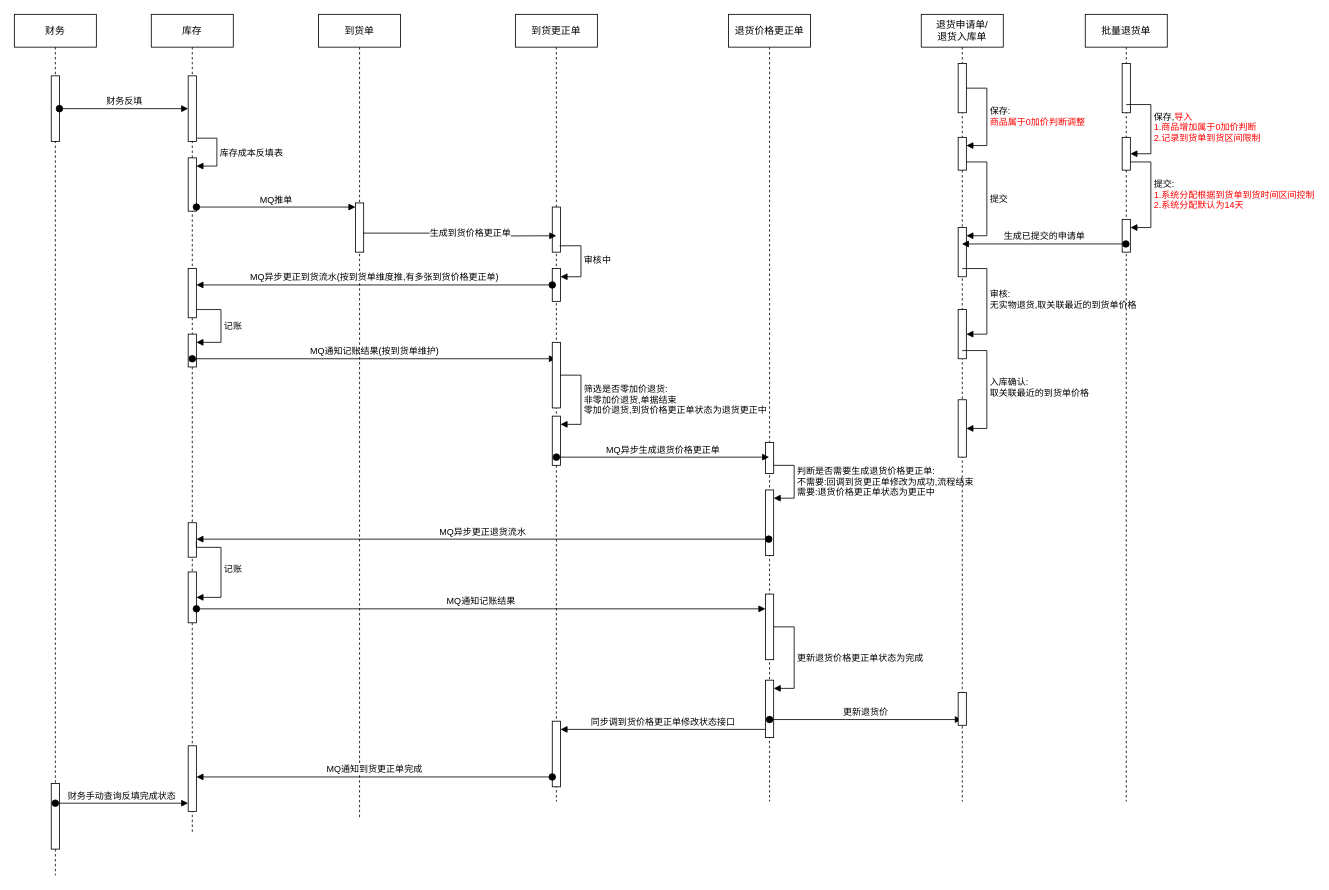
The draw.io diagram B模式领用.drawio in fengj1202/draw, before the edit. Source tidied: cells renumbered, new cells numbered last; positions are measured from the earlier drawing's top-left corner, leaving out a move shared by most shapes. Both pictures are drawn from the tidied source at 82%, with x=0, y=0 at pixel (14, 14).
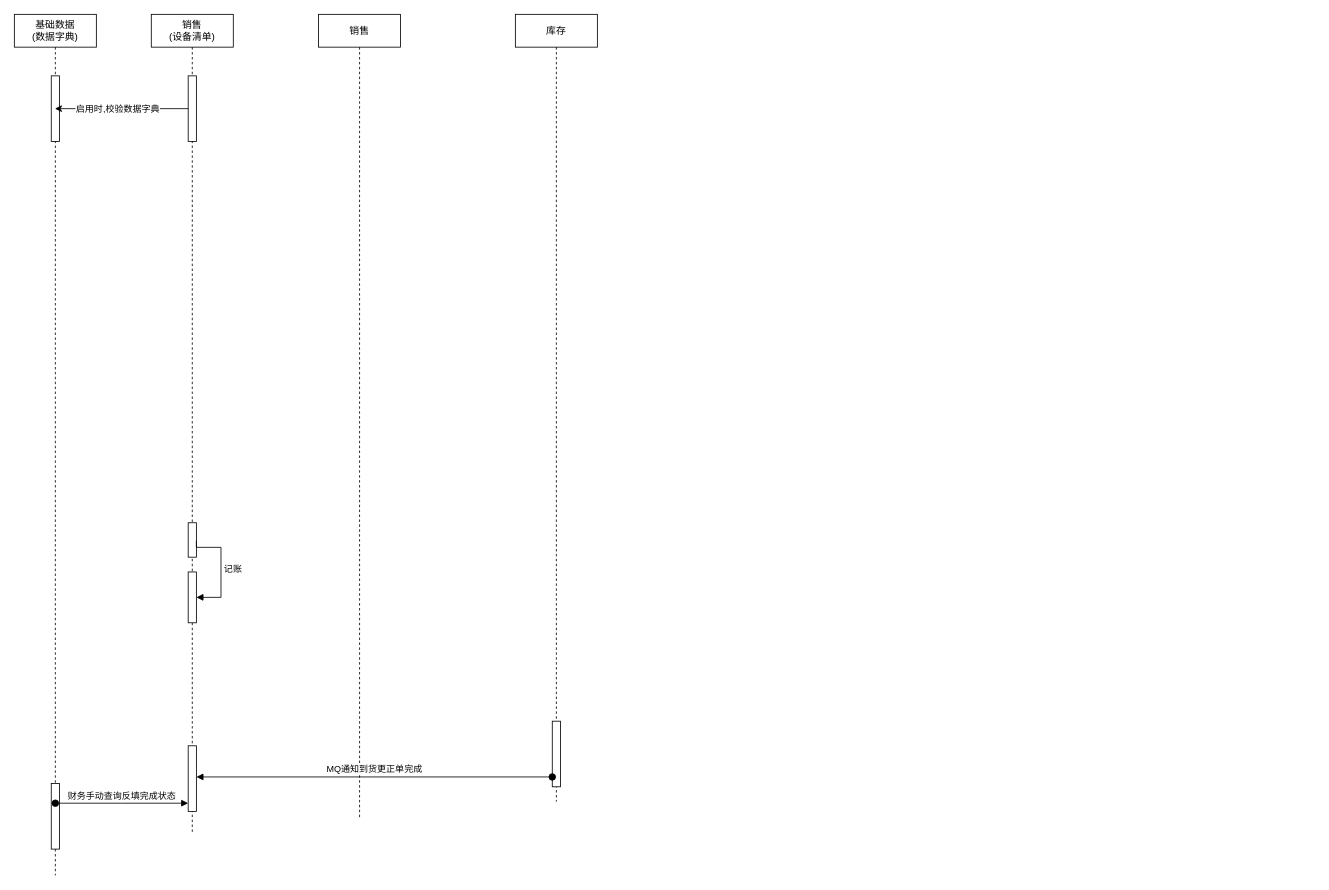
After the change.

Commit message:
更新B模式领用.drawio

Unchanged cells that the change refers to:
```xml
<mxCell id="3" style="html=1;points=[];perimeter=orthogonalPerimeter;outlineConnect=0;targetShapes=umlLifeline;portConstraint=eastwest;newEdgeStyle={&quot;edgeStyle&quot;:&quot;elbowEdgeStyle&quot;,&quot;elbow&quot;:&quot;vertical&quot;,&quot;curved&quot;:0,&quot;rounded&quot;:0};" parent="2" vertex="1">
  <mxGeometry x="45" y="75" width="10" height="80" as="geometry" />
</mxCell>
<mxCell id="7" style="html=1;points=[];perimeter=orthogonalPerimeter;outlineConnect=0;targetShapes=umlLifeline;portConstraint=eastwest;newEdgeStyle={&quot;edgeStyle&quot;:&quot;elbowEdgeStyle&quot;,&quot;elbow&quot;:&quot;vertical&quot;,&quot;curved&quot;:0,&quot;rounded&quot;:0};" parent="6" vertex="1">
  <mxGeometry x="45" y="75" width="10" height="80" as="geometry" />
</mxCell>
<mxCell id="15" style="html=1;points=[];perimeter=orthogonalPerimeter;outlineConnect=0;targetShapes=umlLifeline;portConstraint=eastwest;newEdgeStyle={&quot;edgeStyle&quot;:&quot;elbowEdgeStyle&quot;,&quot;elbow&quot;:&quot;vertical&quot;,&quot;curved&quot;:0,&quot;rounded&quot;:0};" parent="6" vertex="1">
  <mxGeometry x="45" y="620" width="10" height="42" as="geometry" />
</mxCell>
<mxCell id="20" style="html=1;points=[];perimeter=orthogonalPerimeter;outlineConnect=0;targetShapes=umlLifeline;portConstraint=eastwest;newEdgeStyle={&quot;edgeStyle&quot;:&quot;elbowEdgeStyle&quot;,&quot;elbow&quot;:&quot;vertical&quot;,&quot;curved&quot;:0,&quot;rounded&quot;:0};" parent="18" vertex="1">
  <mxGeometry x="45" y="862" width="10" height="80" as="geometry" />
</mxCell>
<mxCell id="39" style="html=1;points=[];perimeter=orthogonalPerimeter;outlineConnect=0;targetShapes=umlLifeline;portConstraint=eastwest;newEdgeStyle={&quot;edgeStyle&quot;:&quot;elbowEdgeStyle&quot;,&quot;elbow&quot;:&quot;vertical&quot;,&quot;curved&quot;:0,&quot;rounded&quot;:0};" parent="1" vertex="1">
  <mxGeometry x="212" y="680" width="10" height="62" as="geometry" />
</mxCell>
```

Diff of the diagram source:
```diff
@@
-    <mxCell id="2" value="财务" style="shape=umlLifeline;perimeter=lifelinePerimeter;whiteSpace=wrap;html=1;outlineConnect=0;" parent="1" vertex="1">
+    <mxCell id="2" value="基础数据&lt;br&gt;(数据字典)" style="shape=umlLifeline;perimeter=lifelinePerimeter;whiteSpace=wrap;html=1;outlineConnect=0;" parent="1" vertex="1">
       <mxGeometry width="100" height="1050" as="geometry" />
     </mxCell>
@@
-    <mxCell id="6" value="库存" style="shape=umlLifeline;perimeter=lifelinePerimeter;whiteSpace=wrap;html=1;" parent="1" vertex="1">
+    <mxCell id="6" value="销售&lt;br&gt;(设备清单)" style="shape=umlLifeline;perimeter=lifelinePerimeter;whiteSpace=wrap;html=1;" parent="1" vertex="1">
       <mxGeometry x="167" width="100" height="1000" as="geometry" />
     </mxCell>
@@
-    <mxCell id="8" style="html=1;points=[];perimeter=orthogonalPerimeter;outlineConnect=0;targetShapes=umlLifeline;portConstraint=eastwest;newEdgeStyle={&quot;edgeStyle&quot;:&quot;elbowEdgeStyle&quot;,&quot;elbow&quot;:&quot;vertical&quot;,&quot;curved&quot;:0,&quot;rounded&quot;:0};" parent="6" vertex="1">
-      <mxGeometry x="45" y="175" width="10" height="65" as="geometry" />
-    </mxCell>
-    <mxCell id="9" value="库存成本反填表" style="html=1;align=left;spacingLeft=2;endArrow=block;rounded=0;edgeStyle=orthogonalEdgeStyle;curved=0;rounded=0;exitX=1.1;exitY=0.95;exitDx=0;exitDy=0;exitPerimeter=0;" parent="6" edge="1" source="7" target="8">
-      <mxGeometry x="0.01" relative="1" as="geometry">
-        <Array as="points">
-          <mxPoint x="80" y="151" />
-          <mxPoint x="80" y="185" />
-        </Array>
-      </mxGeometry>
-    </mxCell>
@@
-    <mxCell id="11" style="html=1;points=[];perimeter=orthogonalPerimeter;outlineConnect=0;targetShapes=umlLifeline;portConstraint=eastwest;newEdgeStyle={&quot;edgeStyle&quot;:&quot;elbowEdgeStyle&quot;,&quot;elbow&quot;:&quot;vertical&quot;,&quot;curved&quot;:0,&quot;rounded&quot;:0};" parent="6" vertex="1">
-      <mxGeometry x="45" y="310" width="10" height="60" as="geometry" />
-    </mxCell>
-    <mxCell id="12" style="html=1;points=[];perimeter=orthogonalPerimeter;outlineConnect=0;targetShapes=umlLifeline;portConstraint=eastwest;newEdgeStyle={&quot;edgeStyle&quot;:&quot;elbowEdgeStyle&quot;,&quot;elbow&quot;:&quot;vertical&quot;,&quot;curved&quot;:0,&quot;rounded&quot;:0};" parent="6" vertex="1">
-      <mxGeometry x="45" y="390" width="10" height="40" as="geometry" />
-    </mxCell>
-    <mxCell id="13" value="记账" style="html=1;align=left;spacingLeft=2;endArrow=block;rounded=0;edgeStyle=orthogonalEdgeStyle;curved=0;rounded=0;" parent="6" edge="1" source="11" target="12">
-      <mxGeometry relative="1" as="geometry">
-        <Array as="points">
-          <mxPoint x="85" y="360" />
-          <mxPoint x="85" y="400" />
-        </Array>
-      </mxGeometry>
-    </mxCell>
-    <mxCell id="14" value="MQ通知记账结果(按到货单维护)" style="html=1;verticalAlign=bottom;startArrow=oval;startFill=1;endArrow=block;startSize=8;edgeStyle=elbowEdgeStyle;elbow=vertical;curved=0;rounded=0;" parent="6" edge="1" target="18">
-      <mxGeometry relative="1" as="geometry">
-        <mxPoint x="50" y="420" as="sourcePoint" />
-      </mxGeometry>
-    </mxCell>
@@
-    <mxCell id="16" value="到货单" style="shape=umlLifeline;perimeter=lifelinePerimeter;whiteSpace=wrap;html=1;" parent="1" vertex="1">
+    <mxCell id="16" value="销售" style="shape=umlLifeline;perimeter=lifelinePerimeter;whiteSpace=wrap;html=1;" parent="1" vertex="1">
       <mxGeometry x="371" width="100" height="980" as="geometry" />
     </mxCell>
-    <mxCell id="17" style="html=1;points=[];perimeter=orthogonalPerimeter;outlineConnect=0;targetShapes=umlLifeline;portConstraint=eastwest;newEdgeStyle={&quot;edgeStyle&quot;:&quot;elbowEdgeStyle&quot;,&quot;elbow&quot;:&quot;vertical&quot;,&quot;curved&quot;:0,&quot;rounded&quot;:0};" parent="16" vertex="1">
-      <mxGeometry x="45" y="230" width="10" height="60" as="geometry" />
-    </mxCell>
-    <mxCell id="18" value="到货更正单" style="shape=umlLifeline;perimeter=lifelinePerimeter;whiteSpace=wrap;html=1;outlineConnect=0;" parent="1" vertex="1">
+    <mxCell id="18" value="库存" style="shape=umlLifeline;perimeter=lifelinePerimeter;whiteSpace=wrap;html=1;outlineConnect=0;" parent="1" vertex="1">
       <mxGeometry x="611" width="100" height="960" as="geometry" />
     </mxCell>
-    <mxCell id="19" style="html=1;perimeter=orthogonalPerimeter;targetShapes=umlLifeline;newEdgeStyle={&quot;edgeStyle&quot;:&quot;elbowEdgeStyle&quot;,&quot;elbow&quot;:&quot;vertical&quot;,&quot;curved&quot;:0,&quot;rounded&quot;:0};" parent="18" vertex="1">
-      <mxGeometry x="45" y="235" width="10" height="55" as="geometry" />
-    </mxCell>
@@
-    <mxCell id="21" style="html=1;points=[];perimeter=orthogonalPerimeter;outlineConnect=0;targetShapes=umlLifeline;portConstraint=eastwest;newEdgeStyle={&quot;edgeStyle&quot;:&quot;elbowEdgeStyle&quot;,&quot;elbow&quot;:&quot;vertical&quot;,&quot;curved&quot;:0,&quot;rounded&quot;:0};" parent="18" vertex="1">
-      <mxGeometry x="45" y="310" width="10" height="40" as="geometry" />
-    </mxCell>
-    <mxCell id="22" value="审核中" style="html=1;align=left;spacingLeft=2;endArrow=block;rounded=0;edgeStyle=orthogonalEdgeStyle;curved=0;rounded=0;exitX=0.54;exitY=0.294;exitDx=0;exitDy=0;exitPerimeter=0;" parent="18" edge="1" source="18" target="21">
-      <mxGeometry relative="1" as="geometry">
-        <Array as="points">
-          <mxPoint x="80" y="282" />
-          <mxPoint x="80" y="320" />
-        </Array>
-      </mxGeometry>
-    </mxCell>
-    <mxCell id="23" style="html=1;points=[];perimeter=orthogonalPerimeter;outlineConnect=0;targetShapes=umlLifeline;portConstraint=eastwest;newEdgeStyle={&quot;edgeStyle&quot;:&quot;elbowEdgeStyle&quot;,&quot;elbow&quot;:&quot;vertical&quot;,&quot;curved&quot;:0,&quot;rounded&quot;:0};" parent="18" vertex="1">
-      <mxGeometry x="45" y="400" width="10" height="80" as="geometry" />
-    </mxCell>
-    <mxCell id="24" style="html=1;points=[];perimeter=orthogonalPerimeter;outlineConnect=0;targetShapes=umlLifeline;portConstraint=eastwest;newEdgeStyle={&quot;edgeStyle&quot;:&quot;elbowEdgeStyle&quot;,&quot;elbow&quot;:&quot;vertical&quot;,&quot;curved&quot;:0,&quot;rounded&quot;:0};" parent="18" vertex="1">
-      <mxGeometry x="45" y="490" width="10" height="60" as="geometry" />
-    </mxCell>
-    <mxCell id="25" value="筛选是否零加价退货:&lt;br&gt;非零加价退货,单据结束&lt;br&gt;零加价退货,到货价格更正单状态为退货更正中" style="html=1;align=left;spacingLeft=2;endArrow=block;rounded=0;edgeStyle=orthogonalEdgeStyle;curved=0;rounded=0;" parent="18" edge="1" source="23" target="24">
-      <mxGeometry relative="1" as="geometry">
-        <Array as="points">
-          <mxPoint x="80" y="440" />
-          <mxPoint x="80" y="500" />
-        </Array>
-      </mxGeometry>
-    </mxCell>
-    <mxCell id="26" value="退货价格更正单" style="shape=umlLifeline;perimeter=lifelinePerimeter;whiteSpace=wrap;html=1;" parent="1" vertex="1">
-      <mxGeometry x="871" width="100" height="960" as="geometry" />
-    </mxCell>
-    <mxCell id="27" style="html=1;points=[];perimeter=orthogonalPerimeter;outlineConnect=0;targetShapes=umlLifeline;portConstraint=eastwest;newEdgeStyle={&quot;edgeStyle&quot;:&quot;elbowEdgeStyle&quot;,&quot;elbow&quot;:&quot;vertical&quot;,&quot;curved&quot;:0,&quot;rounded&quot;:0};" parent="26" vertex="1">
-      <mxGeometry x="45" y="522" width="10" height="38" as="geometry" />
-    </mxCell>
-    <mxCell id="28" style="html=1;points=[];perimeter=orthogonalPerimeter;outlineConnect=0;targetShapes=umlLifeline;portConstraint=eastwest;newEdgeStyle={&quot;edgeStyle&quot;:&quot;elbowEdgeStyle&quot;,&quot;elbow&quot;:&quot;vertical&quot;,&quot;curved&quot;:0,&quot;rounded&quot;:0};" parent="26" vertex="1">
-      <mxGeometry x="45" y="707" width="10" height="80" as="geometry" />
-    </mxCell>
-    <mxCell id="29" style="html=1;points=[];perimeter=orthogonalPerimeter;outlineConnect=0;targetShapes=umlLifeline;portConstraint=eastwest;newEdgeStyle={&quot;edgeStyle&quot;:&quot;elbowEdgeStyle&quot;,&quot;elbow&quot;:&quot;vertical&quot;,&quot;curved&quot;:0,&quot;rounded&quot;:0};" parent="26" vertex="1">
-      <mxGeometry x="45" y="812" width="10" height="70" as="geometry" />
-    </mxCell>
-    <mxCell id="30" value="更新退货价格更正单状态为完成" style="html=1;align=left;spacingLeft=2;endArrow=block;rounded=0;edgeStyle=orthogonalEdgeStyle;curved=0;rounded=0;" parent="26" edge="1" source="28" target="29">
-      <mxGeometry relative="1" as="geometry">
-        <Array as="points">
-          <mxPoint x="80" y="747" />
-          <mxPoint x="80" y="822" />
-        </Array>
-      </mxGeometry>
-    </mxCell>
-    <mxCell id="31" style="html=1;points=[];perimeter=orthogonalPerimeter;outlineConnect=0;targetShapes=umlLifeline;portConstraint=eastwest;newEdgeStyle={&quot;edgeStyle&quot;:&quot;elbowEdgeStyle&quot;,&quot;elbow&quot;:&quot;vertical&quot;,&quot;curved&quot;:0,&quot;rounded&quot;:0};" parent="26" vertex="1">
-      <mxGeometry x="45" y="580" width="10" height="80" as="geometry" />
-    </mxCell>
-    <mxCell id="32" value="判断是否需要生成退货价格更正单:&lt;br&gt;不需要:回调到货更正单修改为成功,流程结束&lt;br&gt;需要:退货价格更正单状态为更正中" style="html=1;align=left;spacingLeft=2;endArrow=block;rounded=0;edgeStyle=orthogonalEdgeStyle;curved=0;rounded=0;" parent="26" edge="1" source="27" target="31">
-      <mxGeometry relative="1" as="geometry">
-        <Array as="points">
-          <mxPoint x="80" y="550" />
-          <mxPoint x="80" y="590" />
-        </Array>
-      </mxGeometry>
-    </mxCell>
-    <mxCell id="33" value="更新退货价" style="html=1;verticalAlign=bottom;startArrow=oval;startFill=1;endArrow=block;startSize=8;edgeStyle=elbowEdgeStyle;elbow=vertical;curved=0;rounded=0;" parent="26" edge="1" target="45">
-      <mxGeometry relative="1" as="geometry">
-        <mxPoint x="50" y="860" as="sourcePoint" />
-      </mxGeometry>
-    </mxCell>
-    <mxCell id="34" value="财务反填" style="html=1;verticalAlign=bottom;startArrow=oval;endArrow=block;startSize=8;edgeStyle=elbowEdgeStyle;elbow=vertical;curved=0;rounded=0;" parent="1" edge="1" source="3" target="7">
-      <mxGeometry relative="1" as="geometry" />
-    </mxCell>
-    <mxCell id="35" value="MQ推单" style="html=1;verticalAlign=bottom;startArrow=oval;endArrow=block;startSize=8;edgeStyle=elbowEdgeStyle;elbow=vertical;curved=0;rounded=0;" parent="1" edge="1" source="8" target="17">
-      <mxGeometry relative="1" as="geometry" />
-    </mxCell>
-    <mxCell id="36" value="生成到货价格更正单" style="html=1;align=left;spacingLeft=2;endArrow=block;rounded=0;edgeStyle=orthogonalEdgeStyle;curved=0;rounded=0;exitX=0.9;exitY=0.613;exitDx=0;exitDy=0;exitPerimeter=0;" parent="1" edge="1" source="17">
-      <mxGeometry x="-0.35" relative="1" as="geometry">
-        <mxPoint x="661" y="270" as="targetPoint" />
-      </mxGeometry>
-    </mxCell>
-    <mxCell id="37" value="MQ异步生成退货价格更正单" style="html=1;verticalAlign=bottom;startArrow=oval;endArrow=block;startSize=8;edgeStyle=elbowEdgeStyle;elbow=vertical;curved=0;rounded=0;" parent="1" edge="1">
-      <mxGeometry relative="1" as="geometry">
-        <mxPoint x="661" y="540" as="sourcePoint" />
-        <mxPoint x="920.5" y="539.2" as="targetPoint" />
-      </mxGeometry>
-    </mxCell>
-    <mxCell id="38" value="MQ异步更正退货流水" style="html=1;verticalAlign=bottom;startArrow=oval;startFill=1;endArrow=block;startSize=8;edgeStyle=elbowEdgeStyle;elbow=vertical;curved=0;rounded=0;" parent="1" edge="1" target="15">
-      <mxGeometry relative="1" as="geometry">
-        <mxPoint x="920" y="640" as="sourcePoint" />
-        <Array as="points">
-          <mxPoint x="920" y="640" />
-        </Array>
-      </mxGeometry>
-    </mxCell>
@@
-    <mxCell id="41" value="MQ通知记账结果" style="html=1;verticalAlign=bottom;startArrow=oval;endArrow=block;startSize=8;edgeStyle=elbowEdgeStyle;elbow=vertical;curved=0;rounded=0;" parent="1" edge="1" source="39" target="28">
-      <mxGeometry relative="1" as="geometry" />
-    </mxCell>
-    <mxCell id="42" value="同步调到货价格更正单修改状态接口" style="html=1;verticalAlign=bottom;endArrow=block;edgeStyle=elbowEdgeStyle;elbow=vertical;curved=0;rounded=0;" parent="1" edge="1" source="29" target="20">
-      <mxGeometry relative="1" as="geometry" />
-    </mxCell>
@@
-    <mxCell id="44" value="MQ异步更正到货流水(按到货单维度推,有多张到货价格更正单)" style="html=1;verticalAlign=bottom;startArrow=oval;startFill=1;endArrow=block;startSize=8;edgeStyle=elbowEdgeStyle;elbow=vertical;curved=0;rounded=0;" parent="1" edge="1" source="21" target="11">
-      <mxGeometry relative="1" as="geometry" />
-    </mxCell>
-    <mxCell id="45" value="退货申请单/&lt;br&gt;退货入库单" style="shape=umlLifeline;perimeter=lifelinePerimeter;whiteSpace=wrap;html=1;outlineConnect=0;" parent="1" vertex="1">
-      <mxGeometry x="1106" width="100" height="960" as="geometry" />
-    </mxCell>
-    <mxCell id="46" style="html=1;perimeter=orthogonalPerimeter;targetShapes=umlLifeline;newEdgeStyle={&quot;edgeStyle&quot;:&quot;elbowEdgeStyle&quot;,&quot;elbow&quot;:&quot;vertical&quot;,&quot;curved&quot;:0,&quot;rounded&quot;:0};" parent="45" vertex="1">
-      <mxGeometry x="45" y="827" width="10" height="40" as="geometry" />
-    </mxCell>
-    <mxCell id="47" style="html=1;points=[];perimeter=orthogonalPerimeter;outlineConnect=0;targetShapes=umlLifeline;portConstraint=eastwest;newEdgeStyle={&quot;edgeStyle&quot;:&quot;elbowEdgeStyle&quot;,&quot;elbow&quot;:&quot;vertical&quot;,&quot;curved&quot;:0,&quot;rounded&quot;:0};" parent="45" vertex="1">
-      <mxGeometry x="45" y="60" width="10" height="60" as="geometry" />
-    </mxCell>
-    <mxCell id="48" style="html=1;points=[];perimeter=orthogonalPerimeter;outlineConnect=0;targetShapes=umlLifeline;portConstraint=eastwest;newEdgeStyle={&quot;edgeStyle&quot;:&quot;elbowEdgeStyle&quot;,&quot;elbow&quot;:&quot;vertical&quot;,&quot;curved&quot;:0,&quot;rounded&quot;:0};" parent="45" vertex="1">
-      <mxGeometry x="45" y="150" width="10" height="40" as="geometry" />
-    </mxCell>
-    <mxCell id="49" value="保存:&lt;br&gt;&lt;font color=&quot;#ff0000&quot;&gt;商品属于0加价判断调整&lt;/font&gt;" style="html=1;align=left;spacingLeft=2;endArrow=block;rounded=0;edgeStyle=orthogonalEdgeStyle;curved=0;rounded=0;" parent="45" edge="1" source="47" target="48">
-      <mxGeometry relative="1" as="geometry">
-        <Array as="points">
-          <mxPoint x="80" y="90" />
-          <mxPoint x="80" y="160" />
-        </Array>
-      </mxGeometry>
-    </mxCell>
-    <mxCell id="50" style="html=1;points=[];perimeter=orthogonalPerimeter;outlineConnect=0;targetShapes=umlLifeline;portConstraint=eastwest;newEdgeStyle={&quot;edgeStyle&quot;:&quot;elbowEdgeStyle&quot;,&quot;elbow&quot;:&quot;vertical&quot;,&quot;curved&quot;:0,&quot;rounded&quot;:0};" parent="45" vertex="1">
-      <mxGeometry x="45" y="260" width="10" height="60" as="geometry" />
-    </mxCell>
-    <mxCell id="51" value="提交" style="html=1;align=left;spacingLeft=2;endArrow=block;rounded=0;edgeStyle=orthogonalEdgeStyle;curved=0;rounded=0;" parent="45" edge="1" source="48" target="50">
-      <mxGeometry relative="1" as="geometry">
-        <Array as="points">
-          <mxPoint x="80" y="180" />
-          <mxPoint x="80" y="270" />
-        </Array>
-      </mxGeometry>
-    </mxCell>
-    <mxCell id="52" style="html=1;points=[];perimeter=orthogonalPerimeter;outlineConnect=0;targetShapes=umlLifeline;portConstraint=eastwest;newEdgeStyle={&quot;edgeStyle&quot;:&quot;elbowEdgeStyle&quot;,&quot;elbow&quot;:&quot;vertical&quot;,&quot;curved&quot;:0,&quot;rounded&quot;:0};" parent="45" vertex="1">
-      <mxGeometry x="45" y="360" width="10" height="60" as="geometry" />
-    </mxCell>
-    <mxCell id="53" value="审核:&lt;br&gt;无实物退货,取关联最近的到货单价格" style="html=1;align=left;spacingLeft=2;endArrow=block;rounded=0;edgeStyle=orthogonalEdgeStyle;curved=0;rounded=0;" parent="45" edge="1" target="52">
-      <mxGeometry relative="1" as="geometry">
-        <mxPoint x="50" y="310" as="sourcePoint" />
-        <Array as="points">
-          <mxPoint x="80" y="310" />
-          <mxPoint x="80" y="390" />
-        </Array>
-      </mxGeometry>
-    </mxCell>
-    <mxCell id="54" style="html=1;points=[];perimeter=orthogonalPerimeter;outlineConnect=0;targetShapes=umlLifeline;portConstraint=eastwest;newEdgeStyle={&quot;edgeStyle&quot;:&quot;elbowEdgeStyle&quot;,&quot;elbow&quot;:&quot;vertical&quot;,&quot;curved&quot;:0,&quot;rounded&quot;:0};" parent="45" vertex="1">
-      <mxGeometry x="45" y="470" width="10" height="70" as="geometry" />
-    </mxCell>
-    <mxCell id="55" value="入库确认:&lt;br&gt;取关联最近的到货单价格" style="html=1;align=left;spacingLeft=2;endArrow=block;rounded=0;edgeStyle=orthogonalEdgeStyle;curved=0;rounded=0;" parent="45" edge="1" target="54">
-      <mxGeometry relative="1" as="geometry">
-        <mxPoint x="50" y="410" as="sourcePoint" />
-        <Array as="points">
-          <mxPoint x="50" y="410" />
-          <mxPoint x="80" y="410" />
-          <mxPoint x="80" y="505" />
-        </Array>
-      </mxGeometry>
-    </mxCell>
-    <mxCell id="56" value="批量退货单" style="shape=umlLifeline;perimeter=lifelinePerimeter;whiteSpace=wrap;html=1;outlineConnect=0;" parent="1" vertex="1">
-      <mxGeometry x="1306" width="100" height="960" as="geometry" />
-    </mxCell>
-    <mxCell id="57" style="html=1;perimeter=orthogonalPerimeter;targetShapes=umlLifeline;newEdgeStyle={&quot;edgeStyle&quot;:&quot;elbowEdgeStyle&quot;,&quot;elbow&quot;:&quot;vertical&quot;,&quot;curved&quot;:0,&quot;rounded&quot;:0};" parent="56" vertex="1">
-      <mxGeometry x="45" y="60" width="10" height="60" as="geometry" />
-    </mxCell>
-    <mxCell id="58" style="html=1;points=[];perimeter=orthogonalPerimeter;outlineConnect=0;targetShapes=umlLifeline;portConstraint=eastwest;newEdgeStyle={&quot;edgeStyle&quot;:&quot;elbowEdgeStyle&quot;,&quot;elbow&quot;:&quot;vertical&quot;,&quot;curved&quot;:0,&quot;rounded&quot;:0};" parent="56" vertex="1">
-      <mxGeometry x="45" y="150" width="10" height="40" as="geometry" />
-    </mxCell>
-    <mxCell id="59" value="保存,&lt;font color=&quot;#ff0000&quot;&gt;导入&lt;/font&gt;&lt;br&gt;&lt;font color=&quot;#ff0000&quot;&gt;1.商品增加属于0加价判断&lt;br&gt;2.记录到货单到货区间限制&lt;/font&gt;" style="html=1;align=left;spacingLeft=2;endArrow=block;rounded=0;edgeStyle=orthogonalEdgeStyle;curved=0;rounded=0;" parent="56" edge="1" target="58">
-      <mxGeometry relative="1" as="geometry">
-        <mxPoint x="50" y="110" as="sourcePoint" />
-        <Array as="points">
-          <mxPoint x="80" y="110" />
-          <mxPoint x="80" y="170" />
-        </Array>
-      </mxGeometry>
-    </mxCell>
-    <mxCell id="60" style="html=1;points=[];perimeter=orthogonalPerimeter;outlineConnect=0;targetShapes=umlLifeline;portConstraint=eastwest;newEdgeStyle={&quot;edgeStyle&quot;:&quot;elbowEdgeStyle&quot;,&quot;elbow&quot;:&quot;vertical&quot;,&quot;curved&quot;:0,&quot;rounded&quot;:0};" parent="56" vertex="1">
-      <mxGeometry x="45" y="250" width="10" height="40" as="geometry" />
-    </mxCell>
-    <mxCell id="61" value="提交:&lt;br&gt;&lt;font color=&quot;#ff0000&quot;&gt;1.系统分配根据到货单到货时间区间控制&lt;br&gt;2.系统分配默认为14天&lt;/font&gt;" style="html=1;align=left;spacingLeft=2;endArrow=block;rounded=0;edgeStyle=orthogonalEdgeStyle;curved=0;rounded=0;" parent="56" edge="1" source="58" target="60">
-      <mxGeometry relative="1" as="geometry">
-        <Array as="points">
-          <mxPoint x="80" y="180" />
-          <mxPoint x="80" y="260" />
-        </Array>
-      </mxGeometry>
-    </mxCell>
-    <mxCell id="62" value="生成已提交的申请单" style="html=1;verticalAlign=bottom;startArrow=oval;startFill=1;endArrow=block;startSize=8;edgeStyle=elbowEdgeStyle;elbow=vertical;curved=0;rounded=0;" parent="1" edge="1" source="56" target="45">
-      <mxGeometry relative="1" as="geometry">
-        <Array as="points">
-          <mxPoint x="1236" y="280" />
-        </Array>
-      </mxGeometry>
-    </mxCell>
+    <mxCell id="63" style="edgeStyle=elbowEdgeStyle;rounded=0;jettySize=auto;html=1;elbow=vertical;curved=0;" parent="1" edge="1" source="7" target="2">
+      <mxGeometry relative="1" as="geometry" />
+    </mxCell>
+    <mxCell id="64" value="启用时,校验数据字典" style="edgeLabel;html=1;align=center;verticalAlign=middle;" parent="63" vertex="1">
+      <mxGeometry x="0.07" y="-1" relative="1" as="geometry" />
+    </mxCell>
```
